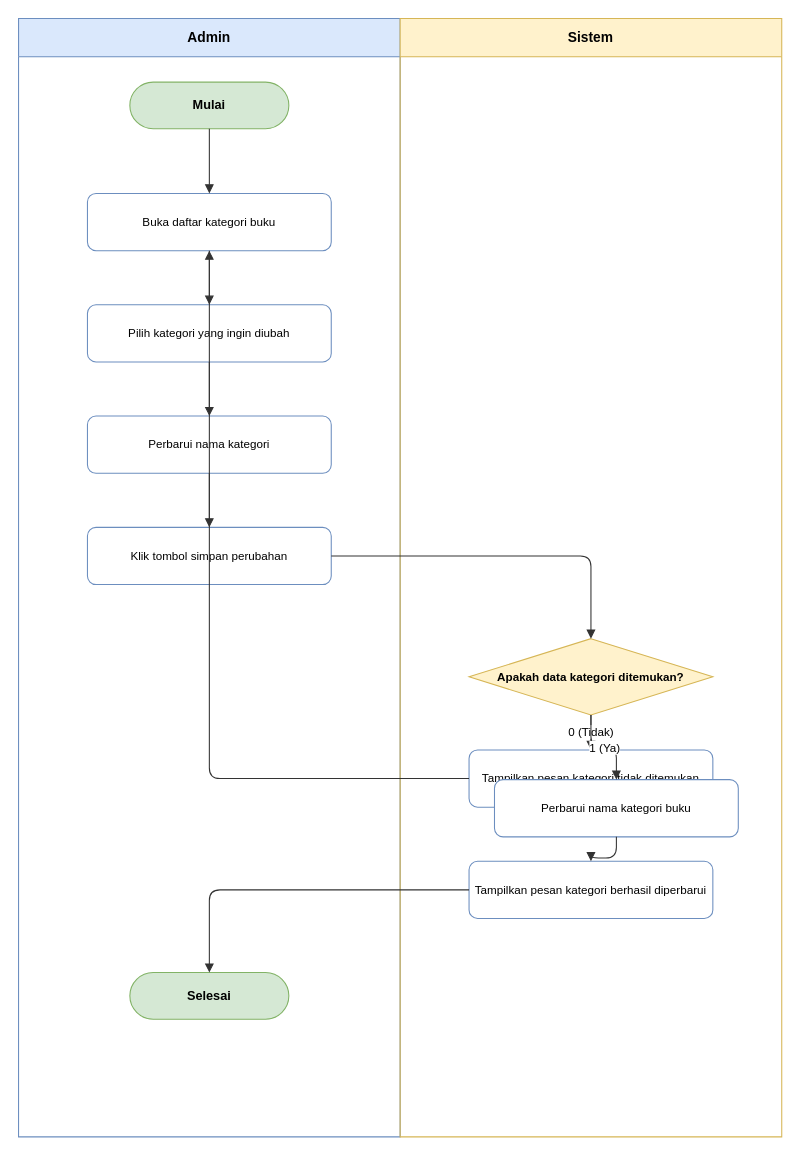
dimstyle/ruang-baca keeps this draw.io diagram as docs/diagrams/activity/activity-updatecategory.drawio. Above is the earlier version. Source tidied: cells renumbered, new cells numbered last; positions are measured from the earlier drawing's top-left corner, leaving out a move shared by most shapes. Both pictures are drawn from the tidied source at 106%, with x=0, y=0 at pixel (18, 18).
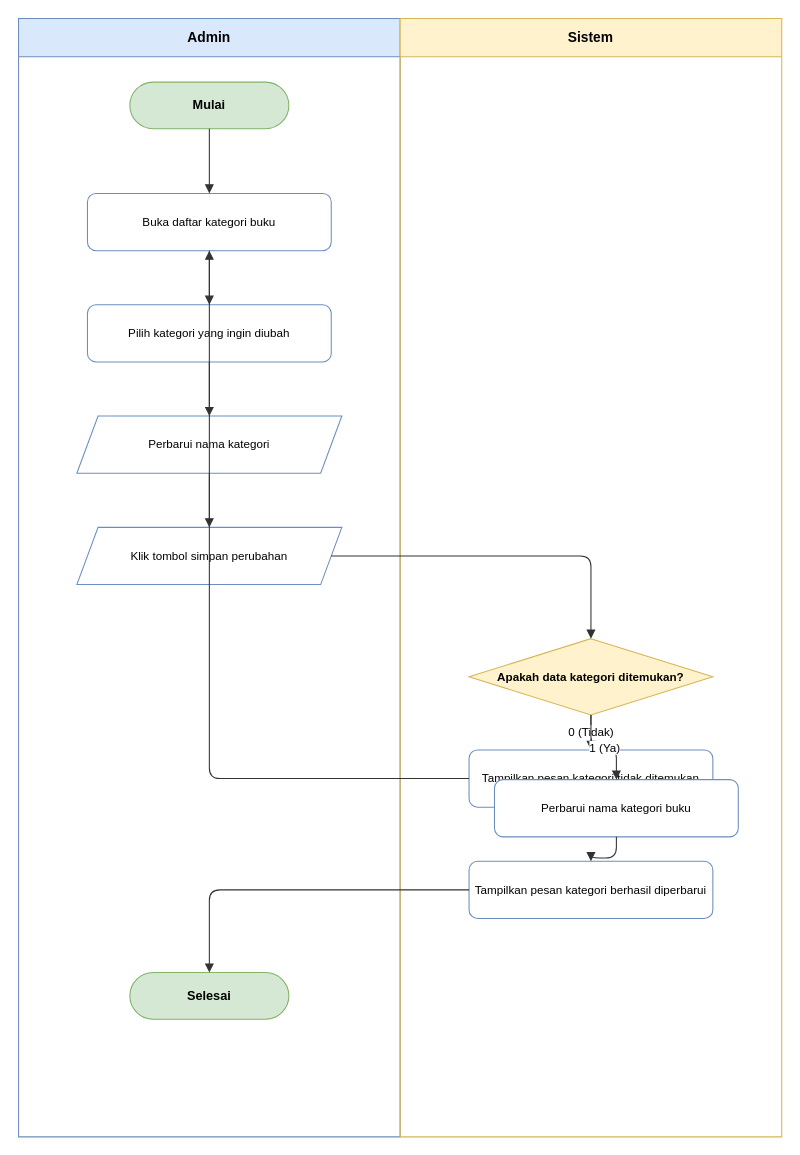
The same page after the edit.

Unchanged cells that the change refers to:
```xml
<mxCell id="2" value="Admin" style="swimlane;whiteSpace=wrap;html=1;startSize=36;fillColor=#dae8fc;strokeColor=#6c8ebf;fontStyle=1;fontSize=13;" parent="1" vertex="1">
  <mxGeometry width="360" height="1055" as="geometry" />
</mxCell>
```

The edit, as a diff of the source:
```diff
@@
-    <mxCell id="7" value="Perbarui nama kategori" style="rounded=1;whiteSpace=wrap;html=1;fillColor=#ffffff;strokeColor=#6c8ebf;fontSize=11;" parent="2" vertex="1">
-      <mxGeometry x="65" y="375" width="230" height="54" as="geometry" />
+    <mxCell id="7" value="Perbarui nama kategori" style="shape=parallelogram;perimeter=parallelogramPerimeter;whiteSpace=wrap;html=1;fixedSize=1;fillColor=#ffffff;strokeColor=#6c8ebf;fontSize=11;" parent="2" vertex="1">
+      <mxGeometry x="55" y="375" width="250" height="54" as="geometry" />
     </mxCell>
-    <mxCell id="8" value="Klik tombol simpan perubahan" style="rounded=1;whiteSpace=wrap;html=1;fillColor=#ffffff;strokeColor=#6c8ebf;fontSize=11;" parent="2" vertex="1">
-      <mxGeometry x="65" y="480" width="230" height="54" as="geometry" />
+    <mxCell id="8" value="Klik tombol simpan perubahan" style="shape=parallelogram;perimeter=parallelogramPerimeter;whiteSpace=wrap;html=1;fixedSize=1;fillColor=#ffffff;strokeColor=#6c8ebf;fontSize=11;" parent="2" vertex="1">
+      <mxGeometry x="55" y="480" width="250" height="54" as="geometry" />
     </mxCell>
```
